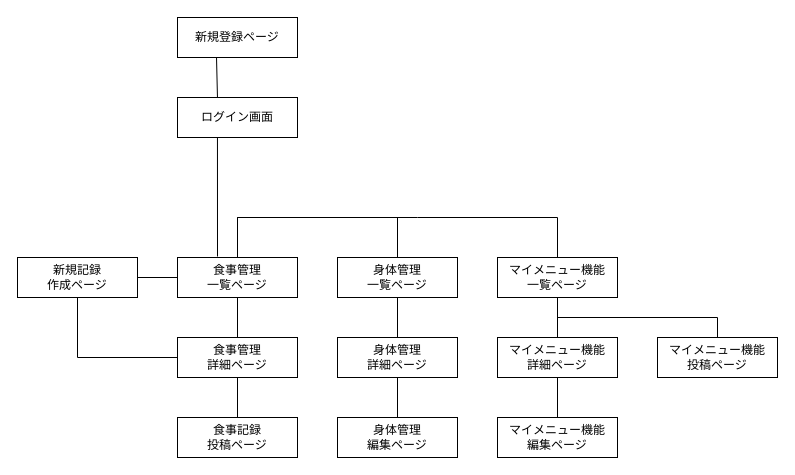
Above: Draw.io/PageTransition.dio in YamAtsu16/DietApp (draw.io), before the change. Source tidied: cells renumbered, new cells numbered last; positions are measured from the earlier drawing's top-left corner, leaving out a move shared by most shapes. Both pictures are drawn from the tidied source at 100%, with x=0, y=0 at pixel (17, 17).
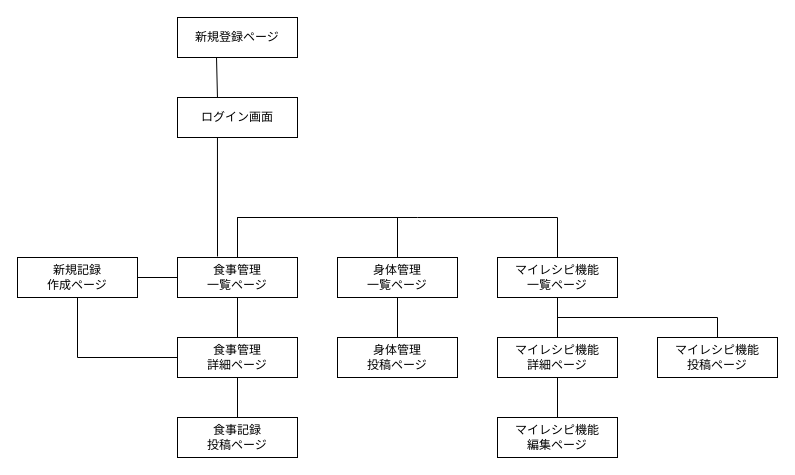
The same page after the edit.

Diff of the diagram source:
```diff
@@
-    <mxCell id="4" value="マイメニュー機能&lt;br&gt;一覧ページ" style="whiteSpace=wrap;html=1;align=center;" parent="1" vertex="1">
+    <mxCell id="4" value="マイレシピ機能&lt;br&gt;一覧ページ" style="whiteSpace=wrap;html=1;align=center;" parent="1" vertex="1">
       <mxGeometry x="480" y="240" width="120" height="40" as="geometry" />
     </mxCell>
@@
-    <mxCell id="12" value="身体管理&lt;br&gt;詳細ページ" style="whiteSpace=wrap;html=1;align=center;" parent="1" vertex="1">
+    <mxCell id="12" value="身体管理&lt;br&gt;投稿ページ" style="whiteSpace=wrap;html=1;align=center;" parent="1" vertex="1">
       <mxGeometry x="320" y="320" width="120" height="40" as="geometry" />
     </mxCell>
-    <mxCell id="13" value="身体管理&lt;br&gt;編集ページ" style="whiteSpace=wrap;html=1;align=center;" parent="1" vertex="1">
-      <mxGeometry x="320" y="400" width="120" height="40" as="geometry" />
-    </mxCell>
@@
-    <mxCell id="15" style="endArrow=none;html=1;rounded=0;exitX=0.5;exitY=1;exitDx=0;exitDy=0;entryX=0.5;entryY=0;entryDx=0;entryDy=0;" parent="1" edge="1" source="12" target="13">
-      <mxGeometry relative="1" as="geometry" />
-    </mxCell>
-    <mxCell id="16" value="マイメニュー機能&lt;br&gt;詳細ページ" style="whiteSpace=wrap;html=1;align=center;" parent="1" vertex="1">
+    <mxCell id="16" value="マイレシピ機能&lt;br&gt;詳細ページ" style="whiteSpace=wrap;html=1;align=center;" parent="1" vertex="1">
       <mxGeometry x="480" y="320" width="120" height="40" as="geometry" />
     </mxCell>
@@
-    <mxCell id="18" value="マイメニュー機能&lt;br&gt;編集ページ" style="whiteSpace=wrap;html=1;align=center;" parent="1" vertex="1">
+    <mxCell id="18" value="マイレシピ機能&lt;br&gt;編集ページ" style="whiteSpace=wrap;html=1;align=center;" parent="1" vertex="1">
       <mxGeometry x="480" y="400" width="120" height="40" as="geometry" />
     </mxCell>
@@
-    <mxCell id="20" value="マイメニュー機能&lt;br&gt;投稿ページ" style="whiteSpace=wrap;html=1;align=center;" parent="1" vertex="1">
+    <mxCell id="20" value="マイレシピ機能&lt;br&gt;投稿ページ" style="whiteSpace=wrap;html=1;align=center;" parent="1" vertex="1">
       <mxGeometry x="640" y="320" width="120" height="40" as="geometry" />
     </mxCell>
```
